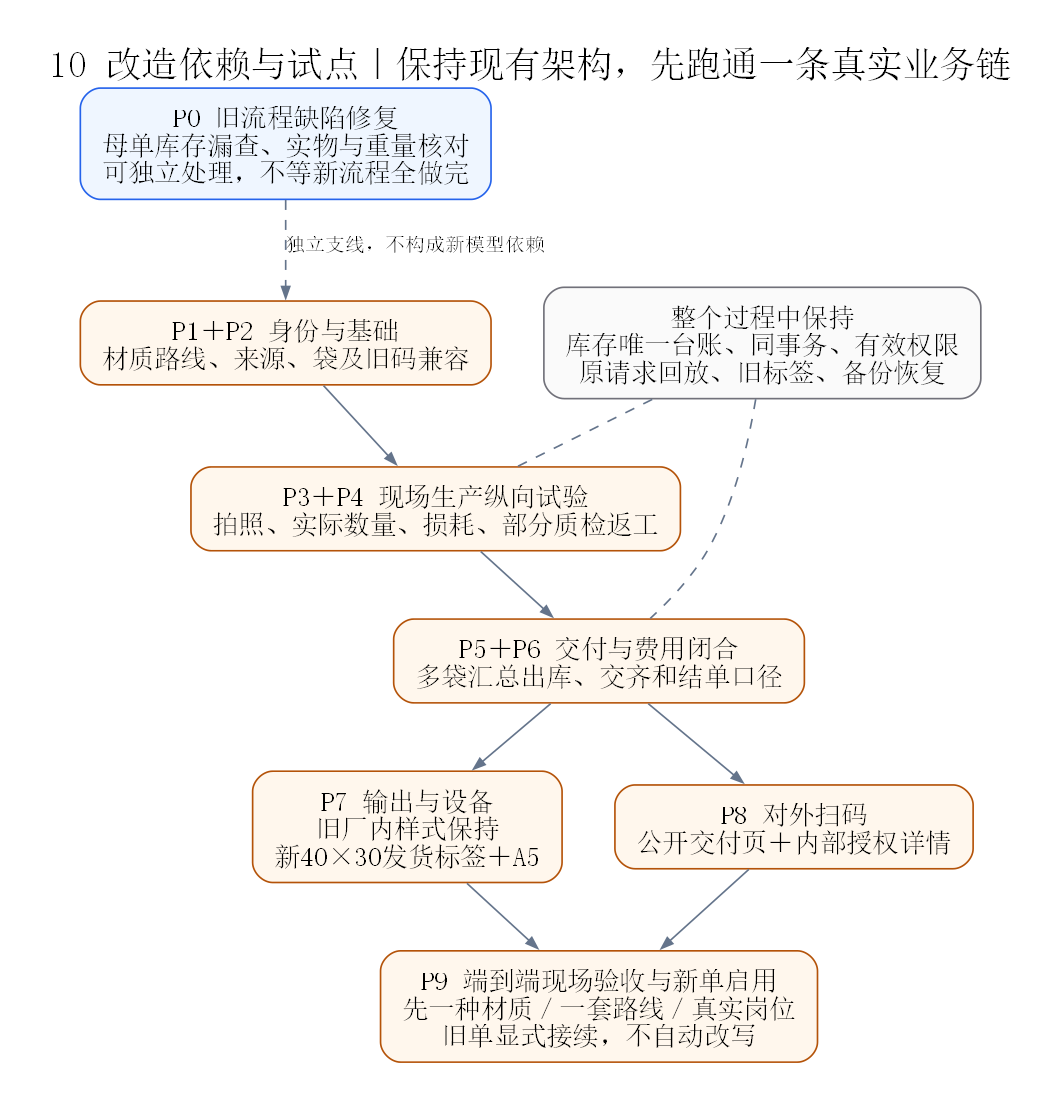
Before: docs/diagrams/system-review/10-implementation-roadmap.png, a diagram exported from Graphviz (sxliuchen-hash/zhubao-ERP). Its source is kept beside it as docs/diagrams/system-review/10-implementation-roadmap.dot. The source it was exported from:
```dot
digraph G {
  graph [fontname="SimSun",fontsize=22,label="10 改造依赖与试点｜保持现有架构，先跑通一条真实业务链",labelloc=t,rankdir=TB,bgcolor="white",pad="0.3",nodesep="0.45",ranksep="0.55"];
  node [fontname="SimSun",fontsize=16,shape=box,style="rounded,filled",color="#b45309",fillcolor="#fff7ed",margin="0.18,0.12"];
  edge [fontname="SimSun",fontsize=12,color="#64748b",arrowsize=0.7];
  p0 [label="P0 旧流程缺陷修复\n母单库存漏查、实物与重量核对\n可独立处理，不等新流程全做完",color="#2563eb",fillcolor="#eff6ff"];
  p12 [label="P1＋P2 身份与基础\n材质路线、来源、袋及旧码兼容"];
  p34 [label="P3＋P4 现场生产纵向试验\n拍照、实际数量、损耗、部分质检返工"];
  p56 [label="P5＋P6 交付与费用闭合\n多袋汇总出库、交齐和结单口径"];
  p7 [label="P7 输出与设备\n旧厂内样式保持\n新40×30发货标签＋A5"];
  p8 [label="P8 对外扫码\n公开交付页＋内部授权详情"];
  p9 [label="P9 端到端现场验收与新单启用\n先一种材质／一套路线／真实岗位\n旧单显式接续，不自动改写"];
  retain [label="整个过程中保持\n库存唯一台账、同事务、有效权限\n原请求回放、旧标签、备份恢复",color="#71717a",fillcolor="#fafafa"];
  p0 -> p12 [style=dashed,label="独立支线，不构成新模型依赖"];
  p12 -> p34; p34 -> p56;
  p56 -> p7; p56 -> p8;
  p7 -> p9; p8 -> p9;
  retain -> p34 [style=dashed,arrowhead=none]; retain -> p56 [style=dashed,arrowhead=none];
}
```
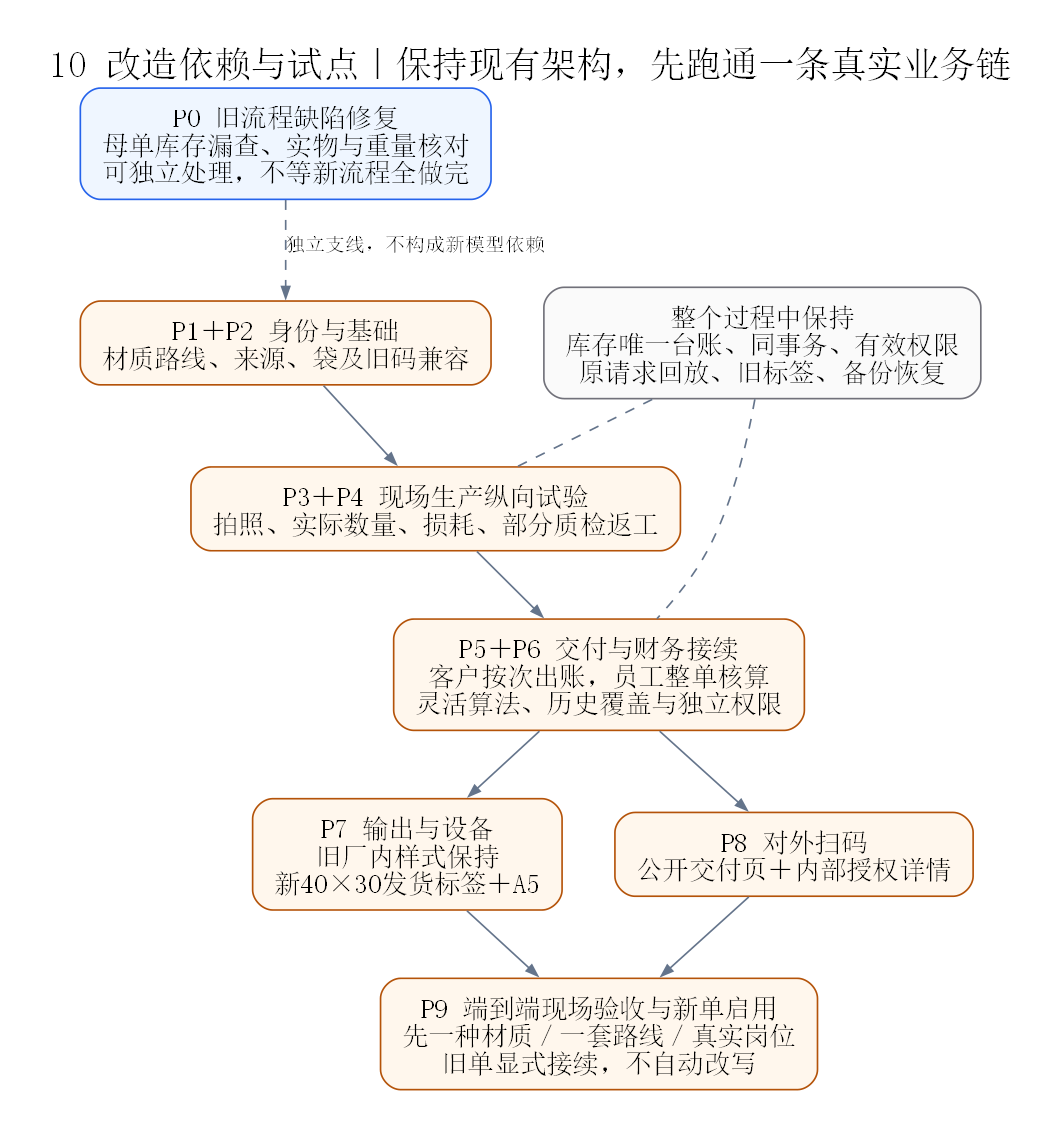
The same diagram one commit later.

What changed in the source:
```diff
@@ -5,7 +5,7 @@
   p0 [label="P0 旧流程缺陷修复\n母单库存漏查、实物与重量核对\n可独立处理，不等新流程全做完",color="#2563eb",fillcolor="#eff6ff"];
   p12 [label="P1＋P2 身份与基础\n材质路线、来源、袋及旧码兼容"];
   p34 [label="P3＋P4 现场生产纵向试验\n拍照、实际数量、损耗、部分质检返工"];
-  p56 [label="P5＋P6 交付与费用闭合\n多袋汇总出库、交齐和结单口径"];
+  p56 [label="P5＋P6 交付与财务接续\n客户按次出账，员工整单核算\n灵活算法、历史覆盖与独立权限"];
   p7 [label="P7 输出与设备\n旧厂内样式保持\n新40×30发货标签＋A5"];
   p8 [label="P8 对外扫码\n公开交付页＋内部授权详情"];
   p9 [label="P9 端到端现场验收与新单启用\n先一种材质／一套路线／真实岗位\n旧单显式接续，不自动改写"];
```
